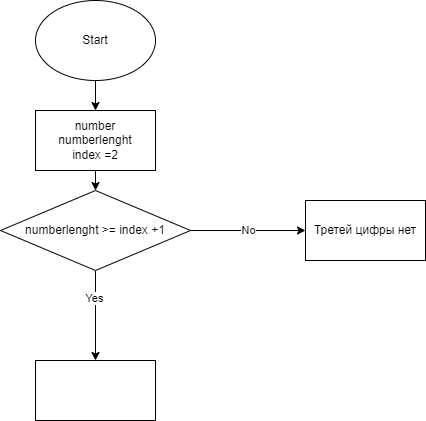
The draw.io diagram Lesson02/Task02/example.drawio.png in Gladun-D/Seminar1C, before a commit. Source tidied: cells renumbered, new cells last; positions are measured from the earlier drawing's top-left corner, leaving out a move shared by most shapes. The source it was exported from:
```xml
<mxGraphModel>
  <root>
    <mxCell id="0" />
    <mxCell id="1" parent="0" />
    <mxCell id="2" style="edgeStyle=none;html=1;" parent="1" edge="1" source="3" target="5">
      <mxGeometry relative="1" as="geometry" />
    </mxCell>
    <mxCell id="3" value="Start" style="ellipse;whiteSpace=wrap;html=1;" parent="1" vertex="1">
      <mxGeometry x="35" width="120" height="80" as="geometry" />
    </mxCell>
    <mxCell id="4" style="edgeStyle=none;html=1;" parent="1" edge="1" source="5" target="9">
      <mxGeometry relative="1" as="geometry" />
    </mxCell>
    <mxCell id="5" value="number&lt;br&gt;numberlenght&lt;br&gt;index =2" style="whiteSpace=wrap;html=1;" parent="1" vertex="1">
      <mxGeometry x="35" y="110" width="120" height="60" as="geometry" />
    </mxCell>
    <mxCell id="6" style="edgeStyle=none;html=1;" parent="1" edge="1" source="9" target="10">
      <mxGeometry relative="1" as="geometry" />
    </mxCell>
    <mxCell id="7" value="Yes" style="edgeLabel;html=1;align=center;verticalAlign=middle;" parent="6" vertex="1">
      <mxGeometry x="-0.39" y="-2" relative="1" as="geometry" />
    </mxCell>
    <mxCell id="8" value="No" style="edgeStyle=none;html=1;" parent="1" edge="1" source="9" target="11">
      <mxGeometry relative="1" as="geometry" />
    </mxCell>
    <mxCell id="9" value="numberlenght &amp;gt;= index +1" style="rhombus;whiteSpace=wrap;html=1;" parent="1" vertex="1">
      <mxGeometry y="190" width="190" height="80" as="geometry" />
    </mxCell>
    <mxCell id="10" style="whiteSpace=wrap;html=1;" parent="1" vertex="1">
      <mxGeometry x="35" y="360" width="120" height="60" as="geometry" />
    </mxCell>
    <mxCell id="11" value="Третей цифры нет" style="whiteSpace=wrap;html=1;" parent="1" vertex="1">
      <mxGeometry x="305" y="200" width="120" height="60" as="geometry" />
    </mxCell>
  </root>
</mxGraphModel>
```
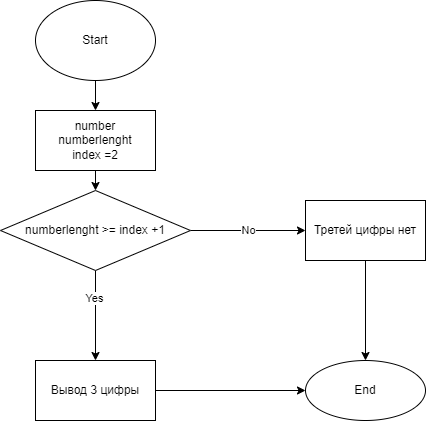
After the commit.

Commit message:
2 задача 2 семинара решена полностью

What changed in the source:
```diff
@@ -26,11 +26,20 @@
     <mxCell id="9" value="numberlenght &amp;gt;= index +1" style="rhombus;whiteSpace=wrap;html=1;" parent="1" vertex="1">
       <mxGeometry y="190" width="190" height="80" as="geometry" />
     </mxCell>
+    <mxCell id="12" style="edgeStyle=none;html=1;" parent="1" edge="1" source="10" target="14">
+      <mxGeometry relative="1" as="geometry" />
+    </mxCell>
-    <mxCell id="10" style="whiteSpace=wrap;html=1;" parent="1" vertex="1">
+    <mxCell id="10" value="Вывод 3 цифры" style="whiteSpace=wrap;html=1;" parent="1" vertex="1">
       <mxGeometry x="35" y="360" width="120" height="60" as="geometry" />
     </mxCell>
+    <mxCell id="13" style="edgeStyle=none;html=1;" parent="1" edge="1" source="11" target="14">
+      <mxGeometry relative="1" as="geometry" />
+    </mxCell>
     <mxCell id="11" value="Третей цифры нет" style="whiteSpace=wrap;html=1;" parent="1" vertex="1">
       <mxGeometry x="305" y="200" width="120" height="60" as="geometry" />
     </mxCell>
+    <mxCell id="14" value="End" style="ellipse;whiteSpace=wrap;html=1;" parent="1" vertex="1">
+      <mxGeometry x="305" y="360" width="120" height="60" as="geometry" />
+    </mxCell>
   </root>
 </mxGraphModel>
```
